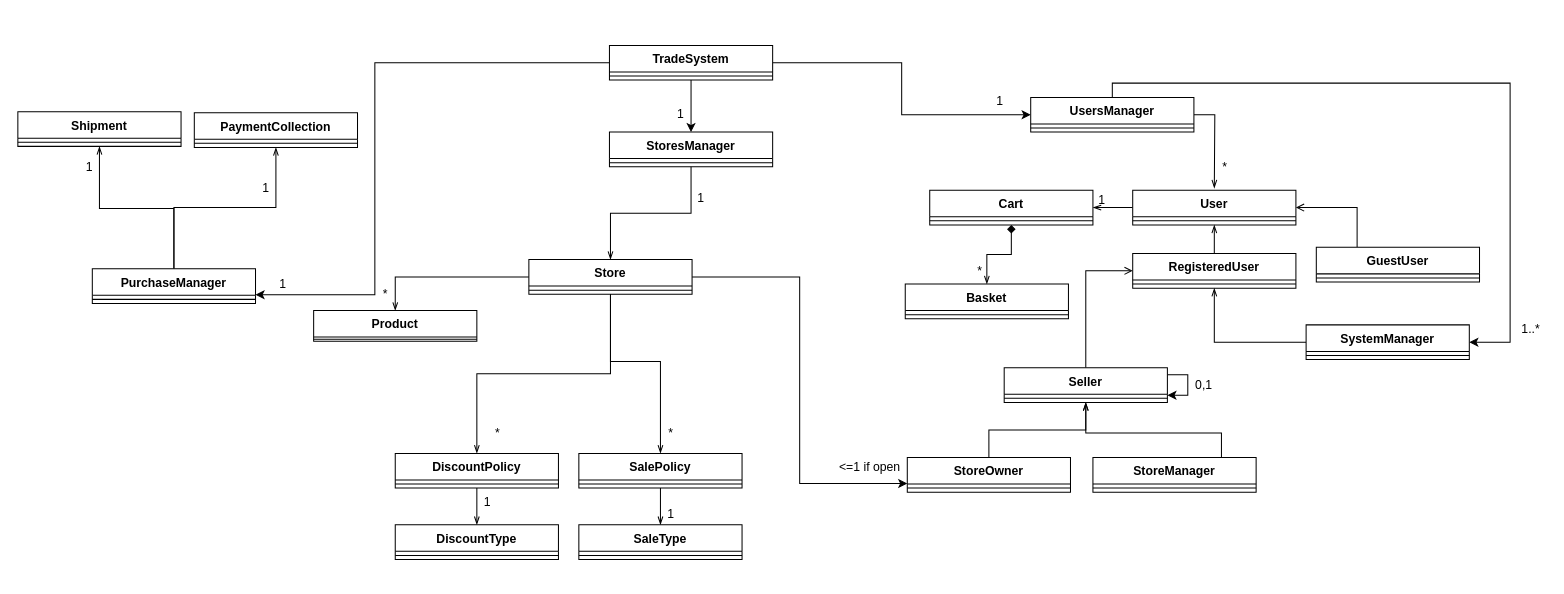
This is page "Page-2" (1 of 4) of Version0/Diagrams/ClassDiagram.drawio from Amitlevizky2/Workshop, a draw.io file, before an edit. Source tidied: cells renumbered, new cells numbered last; positions are measured from the earlier drawing's top-left corner, leaving out a move shared by most shapes. Both pictures are drawn from the tidied source at 102%, with x=0, y=0 at pixel (17, 45).
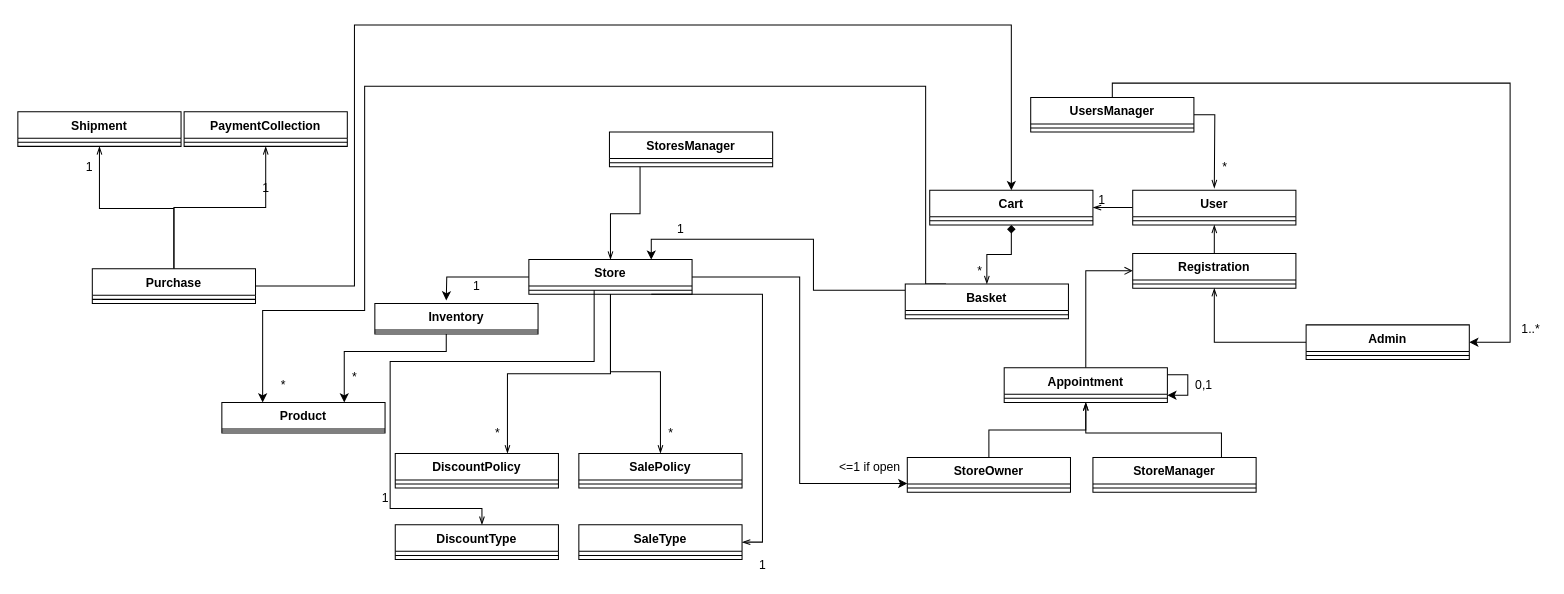
After the change.

Unchanged cells that the change refers to:
```xml
<mxCell id="22" value="Store" style="swimlane;fontStyle=1;align=center;verticalAlign=top;horizontal=1;startSize=26;" parent="1" vertex="1">
  <mxGeometry x="501" y="210" width="160" height="34" as="geometry" />
</mxCell>
<mxCell id="23" style="line;strokeWidth=1;fillColor=none;align=left;verticalAlign=middle;spacingTop=-1;spacingLeft=3;spacingRight=3;labelPosition=right;points=[];portConstraint=eastwest;" parent="22" vertex="1">
  <mxGeometry y="26" width="160" height="8" as="geometry" />
</mxCell>
<mxCell id="26" value="SalePolicy" style="swimlane;fontStyle=1;align=center;verticalAlign=top;horizontal=1;startSize=26;" parent="1" vertex="1">
  <mxGeometry x="550" y="400" width="160" height="34" as="geometry" />
</mxCell>
<mxCell id="43" value="SaleType" style="swimlane;fontStyle=1;align=center;verticalAlign=top;horizontal=1;startSize=26;" parent="1" vertex="1">
  <mxGeometry x="550" y="470" width="160" height="34" as="geometry" />
</mxCell>
<mxCell id="45" value="DiscountType" style="swimlane;fontStyle=1;align=center;verticalAlign=top;horizontal=1;startSize=26;" parent="1" vertex="1">
  <mxGeometry x="370" y="470" width="160" height="34" as="geometry" />
</mxCell>
<mxCell id="63" value="StoresManager" style="swimlane;fontStyle=1;align=center;verticalAlign=top;horizontal=1;startSize=26;" parent="1" vertex="1">
  <mxGeometry x="580" y="85" width="160" height="34" as="geometry" />
</mxCell>
<mxCell id="67" value="User" style="swimlane;fontStyle=1;align=center;verticalAlign=top;horizontal=1;startSize=26;" parent="1" vertex="1">
  <mxGeometry x="1093" y="142" width="160" height="34" as="geometry" />
</mxCell>
<mxCell id="77" value="Cart" style="swimlane;fontStyle=1;align=center;verticalAlign=top;horizontal=1;startSize=26;" parent="1" vertex="1">
  <mxGeometry x="894" y="142" width="160" height="34" as="geometry" />
</mxCell>
<mxCell id="79" value="Basket" style="swimlane;fontStyle=1;align=center;verticalAlign=top;horizontal=1;startSize=26;" parent="1" vertex="1">
  <mxGeometry x="870" y="234" width="160" height="34" as="geometry" />
</mxCell>
<mxCell id="81" value="UsersManager" style="swimlane;fontStyle=1;align=center;verticalAlign=top;horizontal=1;startSize=26;" parent="1" vertex="1">
  <mxGeometry x="993" y="51" width="160" height="34" as="geometry" />
</mxCell>
```

What changed in the source:
```diff
@@
-    <mxCell id="4" style="edgeStyle=orthogonalEdgeStyle;rounded=0;jettySize=auto;html=1;endArrow=open;endFill=0;strokeColor=#000000;entryX=1;entryY=0.5;entryDx=0;entryDy=0;" parent="1" edge="1" source="71" target="67">
-      <mxGeometry relative="1" as="geometry">
-        <Array as="points">
-          <mxPoint x="1313" y="159" />
-        </Array>
-      </mxGeometry>
-    </mxCell>
@@
     <mxCell id="7" style="edgeStyle=orthogonalEdgeStyle;rounded=0;jettySize=auto;html=1;endArrow=openThin;endFill=0;strokeColor=#000000;exitX=0.5;exitY=1;exitDx=0;exitDy=0;" parent="1" edge="1" source="22" target="24">
-      <mxGeometry relative="1" as="geometry" />
+      <mxGeometry relative="1" as="geometry">
+        <Array as="points">
+          <mxPoint x="581" y="322" />
+          <mxPoint x="480" y="322" />
+        </Array>
+      </mxGeometry>
     </mxCell>
@@
-    <mxCell id="10" style="edgeStyle=orthogonalEdgeStyle;rounded=0;jettySize=auto;html=1;startArrow=none;startFill=0;endArrow=openThin;endFill=0;strokeColor=#000000;" parent="1" edge="1" source="22" target="37">
-      <mxGeometry relative="1" as="geometry" />
-    </mxCell>
     <mxCell id="11" style="edgeStyle=orthogonalEdgeStyle;rounded=0;jettySize=auto;html=1;startArrow=none;startFill=0;endArrow=openThin;endFill=0;strokeColor=#000000;entryX=0.5;entryY=0;entryDx=0;entryDy=0;" parent="1" edge="1" source="22" target="26">
       <mxGeometry relative="1" as="geometry">
         <Array as="points">
-          <mxPoint x="581" y="310" />
-          <mxPoint x="630" y="310" />
+          <mxPoint x="581" y="320" />
+          <mxPoint x="630" y="320" />
         </Array>
       </mxGeometry>
     </mxCell>
-    <mxCell id="12" style="edgeStyle=orthogonalEdgeStyle;rounded=0;jettySize=auto;html=1;startArrow=none;startFill=0;endArrow=openThin;endFill=0;strokeColor=#000000;" parent="1" edge="1" source="24" target="45">
-      <mxGeometry relative="1" as="geometry" />
+    <mxCell id="12" style="edgeStyle=orthogonalEdgeStyle;rounded=0;jettySize=auto;html=1;startArrow=none;startFill=0;endArrow=openThin;endFill=0;strokeColor=#000000;exitX=0.4;exitY=0.5;exitDx=0;exitDy=0;exitPerimeter=0;" parent="1" edge="1" source="23">
+      <mxGeometry relative="1" as="geometry">
+        <mxPoint x="455" y="470" as="targetPoint" />
+        <Array as="points">
+          <mxPoint x="565" y="310" />
+          <mxPoint x="365" y="310" />
+          <mxPoint x="365" y="454" />
+          <mxPoint x="455" y="454" />
+        </Array>
+      </mxGeometry>
     </mxCell>
-    <mxCell id="13" style="edgeStyle=orthogonalEdgeStyle;rounded=0;jettySize=auto;html=1;startArrow=none;startFill=0;endArrow=openThin;endFill=0;strokeColor=#000000;" parent="1" edge="1" source="26" target="43">
-      <mxGeometry relative="1" as="geometry" />
+    <mxCell id="13" style="edgeStyle=orthogonalEdgeStyle;rounded=0;jettySize=auto;html=1;startArrow=none;startFill=0;endArrow=openThin;endFill=0;strokeColor=#000000;exitX=0.75;exitY=1;exitDx=0;exitDy=0;" parent="1" edge="1" source="22" target="43">
+      <mxGeometry relative="1" as="geometry">
+        <Array as="points">
+          <mxPoint x="730" y="244" />
+          <mxPoint x="730" y="487" />
+        </Array>
+      </mxGeometry>
     </mxCell>
@@
     <mxCell id="20" style="edgeStyle=orthogonalEdgeStyle;rounded=0;jettySize=auto;html=1;entryX=0.5;entryY=0;entryDx=0;entryDy=0;endArrow=openThin;endFill=0;" parent="1" edge="1" source="63" target="22">
-      <mxGeometry relative="1" as="geometry" />
+      <mxGeometry relative="1" as="geometry">
+        <Array as="points">
+          <mxPoint x="610" y="165" />
+          <mxPoint x="581" y="165" />
+        </Array>
+      </mxGeometry>
     </mxCell>
@@
+    <mxCell id="85" style="edgeStyle=orthogonalEdgeStyle;rounded=0;jettySize=auto;html=1;" parent="1" edge="1" source="22">
+      <mxGeometry relative="1" as="geometry">
+        <mxPoint x="420" y="250" as="targetPoint" />
+      </mxGeometry>
+    </mxCell>
@@
-    <mxCell id="24" value="DiscountPolicy" style="swimlane;fontStyle=1;align=center;verticalAlign=top;horizontal=1;startSize=26;" parent="1" vertex="1">
-      <mxGeometry x="370" y="400" width="160" height="34" as="geometry" />
-    </mxCell>
-    <mxCell id="25" style="line;strokeWidth=1;fillColor=none;align=left;verticalAlign=middle;spacingTop=-1;spacingLeft=3;spacingRight=3;labelPosition=right;" parent="24" vertex="1">
-      <mxGeometry y="26" width="160" height="8" as="geometry" />
-    </mxCell>
@@
+    <mxCell id="86" style="edgeStyle=orthogonalEdgeStyle;rounded=0;jettySize=auto;html=1;entryX=0.5;entryY=0;entryDx=0;entryDy=0;" parent="1" edge="1" source="28" target="77">
+      <mxGeometry relative="1" as="geometry">
+        <Array as="points">
+          <mxPoint x="330" y="236" />
+          <mxPoint x="330" y="-20" />
+          <mxPoint x="974" y="-20" />
+        </Array>
+      </mxGeometry>
+    </mxCell>
-    <mxCell id="28" value="PurchaseManager" style="swimlane;fontStyle=1;align=center;verticalAlign=top;horizontal=1;startSize=26;" parent="1" vertex="1">
+    <mxCell id="28" value="Purchase" style="swimlane;fontStyle=1;align=center;verticalAlign=top;horizontal=1;startSize=26;" parent="1" vertex="1">
       <mxGeometry x="73" y="219" width="160" height="34" as="geometry" />
     </mxCell>
@@
-    <mxCell id="32" value="PaymentCollection" style="swimlane;fontStyle=1;align=center;verticalAlign=top;horizontal=1;startSize=26;" parent="1" vertex="1">
-      <mxGeometry x="173" y="66" width="160" height="34" as="geometry" />
-    </mxCell>
-    <mxCell id="33" style="line;strokeWidth=1;fillColor=none;align=left;verticalAlign=middle;spacingTop=-1;spacingLeft=3;spacingRight=3;labelPosition=right;" parent="32" vertex="1">
-      <mxGeometry y="26" width="160" height="8" as="geometry" />
-    </mxCell>
@@
-    <mxCell id="37" value="Product" style="swimlane;fontStyle=1;align=center;verticalAlign=top;horizontal=1;startSize=26;" parent="1" vertex="1">
-      <mxGeometry x="290" y="260" width="160" height="30" as="geometry" />
-    </mxCell>
-    <mxCell id="38" style="line;strokeWidth=1;fillColor=none;align=left;verticalAlign=middle;spacingTop=-1;spacingLeft=3;spacingRight=3;labelPosition=right;" parent="37" vertex="1">
-      <mxGeometry y="26" width="160" height="4" as="geometry" />
-    </mxCell>
     <mxCell id="39" value="*" style="text;html=1;align=center;verticalAlign=middle;" parent="1" vertex="1">
-      <mxGeometry x="350" y="234" width="20" height="20" as="geometry" />
+      <mxGeometry x="320" y="316" width="20" height="20" as="geometry" />
     </mxCell>
@@
     <mxCell id="42" value="1" style="text;html=1;align=center;verticalAlign=middle;" parent="1" vertex="1">
-      <mxGeometry x="630" y="450" width="20" height="20" as="geometry" />
+      <mxGeometry x="720" y="500" width="20" height="20" as="geometry" />
     </mxCell>
@@
     <mxCell id="47" value="1" style="text;html=1;align=center;verticalAlign=middle;" parent="1" vertex="1">
-      <mxGeometry x="450" y="438" width="20" height="20" as="geometry" />
+      <mxGeometry x="350" y="434" width="20" height="20" as="geometry" />
     </mxCell>
@@
-    <mxCell id="54" style="edgeStyle=orthogonalEdgeStyle;rounded=0;jettySize=auto;html=1;" parent="1" edge="1" source="58" target="63">
-      <mxGeometry relative="1" as="geometry">
-        <Array as="points">
-          <mxPoint x="660" y="50" />
-          <mxPoint x="660" y="50" />
-        </Array>
-      </mxGeometry>
-    </mxCell>
-    <mxCell id="55" style="edgeStyle=orthogonalEdgeStyle;rounded=0;jettySize=auto;html=1;entryX=0;entryY=0.5;entryDx=0;entryDy=0;" parent="1" edge="1" source="57" target="81">
-      <mxGeometry relative="1" as="geometry" />
-    </mxCell>
-    <mxCell id="56" style="edgeStyle=orthogonalEdgeStyle;rounded=0;jettySize=auto;html=1;entryX=1;entryY=0.75;entryDx=0;entryDy=0;" parent="1" edge="1" source="57" target="28">
-      <mxGeometry relative="1" as="geometry">
-        <Array as="points">
-          <mxPoint x="350" y="17" />
-          <mxPoint x="350" y="245" />
-        </Array>
-      </mxGeometry>
-    </mxCell>
-    <mxCell id="57" value="TradeSystem" style="swimlane;fontStyle=1;align=center;verticalAlign=top;horizontal=1;startSize=26;" parent="1" vertex="1">
-      <mxGeometry x="580" width="160" height="34" as="geometry" />
-    </mxCell>
-    <mxCell id="58" style="line;strokeWidth=1;fillColor=none;align=left;verticalAlign=middle;spacingTop=-1;spacingLeft=3;spacingRight=3;labelPosition=right;points=[];portConstraint=eastwest;" parent="57" vertex="1">
-      <mxGeometry y="26" width="160" height="8" as="geometry" />
-    </mxCell>
-    <mxCell id="59" value="1" style="text;html=1;strokeColor=none;fillColor=none;align=center;verticalAlign=middle;whiteSpace=wrap;rounded=0;" parent="1" vertex="1">
-      <mxGeometry x="943" y="45" width="40" height="20" as="geometry" />
-    </mxCell>
-    <mxCell id="60" value="1" style="text;html=1;strokeColor=none;fillColor=none;align=center;verticalAlign=middle;whiteSpace=wrap;rounded=0;" parent="1" vertex="1">
-      <mxGeometry x="630" y="58" width="40" height="20" as="geometry" />
-    </mxCell>
     <mxCell id="61" value="1" style="text;html=1;strokeColor=none;fillColor=none;align=center;verticalAlign=middle;whiteSpace=wrap;rounded=0;" parent="1" vertex="1">
-      <mxGeometry x="650" y="140" width="40" height="20" as="geometry" />
+      <mxGeometry x="630" y="170" width="40" height="20" as="geometry" />
     </mxCell>
     <mxCell id="62" value="1" style="text;html=1;strokeColor=none;fillColor=none;align=center;verticalAlign=middle;whiteSpace=wrap;rounded=0;" parent="1" vertex="1">
-      <mxGeometry x="240" y="224" width="40" height="20" as="geometry" />
+      <mxGeometry x="430" y="226" width="40" height="20" as="geometry" />
     </mxCell>
@@
-    <mxCell id="65" value="RegisteredUser" style="swimlane;fontStyle=1;align=center;verticalAlign=top;horizontal=1;startSize=26;" parent="1" vertex="1">
+    <mxCell id="65" value="Registration" style="swimlane;fontStyle=1;align=center;verticalAlign=top;horizontal=1;startSize=26;" parent="1" vertex="1">
       <mxGeometry x="1093" y="204" width="160" height="34" as="geometry" />
     </mxCell>
@@
-    <mxCell id="71" value="GuestUser" style="swimlane;fontStyle=1;align=center;verticalAlign=top;horizontal=1;startSize=26;" parent="1" vertex="1">
-      <mxGeometry x="1273" y="198" width="160" height="34" as="geometry" />
-    </mxCell>
-    <mxCell id="72" style="line;strokeWidth=1;fillColor=none;align=left;verticalAlign=middle;spacingTop=-1;spacingLeft=3;spacingRight=3;labelPosition=right;" parent="71" vertex="1">
-      <mxGeometry y="26" width="160" height="8" as="geometry" />
-    </mxCell>
-    <mxCell id="73" value="SystemManager" style="swimlane;fontStyle=1;align=center;verticalAlign=top;horizontal=1;startSize=26;" parent="1" vertex="1">
+    <mxCell id="73" value="Admin" style="swimlane;fontStyle=1;align=center;verticalAlign=top;horizontal=1;startSize=26;" parent="1" vertex="1">
       <mxGeometry x="1263" y="274" width="160" height="34" as="geometry" />
     </mxCell>
@@
-    <mxCell id="75" value="Seller" style="swimlane;fontStyle=1;align=center;verticalAlign=top;horizontal=1;startSize=26;" parent="1" vertex="1">
+    <mxCell id="75" value="Appointment" style="swimlane;fontStyle=1;align=center;verticalAlign=top;horizontal=1;startSize=26;" parent="1" vertex="1">
       <mxGeometry x="967" y="316" width="160" height="34" as="geometry" />
     </mxCell>
@@
+    <mxCell id="87" style="edgeStyle=orthogonalEdgeStyle;rounded=0;jettySize=auto;html=1;entryX=0.75;entryY=0;entryDx=0;entryDy=0;" parent="1" edge="1" source="79" target="22">
+      <mxGeometry relative="1" as="geometry">
+        <Array as="points">
+          <mxPoint x="780" y="240" />
+          <mxPoint x="780" y="190" />
+          <mxPoint x="621" y="190" />
+        </Array>
+      </mxGeometry>
+    </mxCell>
+    <mxCell id="88" style="edgeStyle=orthogonalEdgeStyle;rounded=0;jettySize=auto;html=1;exitX=0.25;exitY=0;exitDx=0;exitDy=0;entryX=0.25;entryY=0;entryDx=0;entryDy=0;" parent="1" edge="1" source="79" target="37">
+      <mxGeometry relative="1" as="geometry">
+        <Array as="points">
+          <mxPoint x="890" y="234" />
+          <mxPoint x="890" y="40" />
+          <mxPoint x="340" y="40" />
+          <mxPoint x="340" y="260" />
+        </Array>
+      </mxGeometry>
+    </mxCell>
@@
+    <mxCell id="37" value="Product" style="swimlane;fontStyle=1;align=center;verticalAlign=top;horizontal=1;startSize=26;" parent="1" vertex="1">
+      <mxGeometry x="200" y="350" width="160" height="30" as="geometry" />
+    </mxCell>
+    <mxCell id="38" style="line;strokeWidth=1;fillColor=none;align=left;verticalAlign=middle;spacingTop=-1;spacingLeft=3;spacingRight=3;labelPosition=right;" parent="37" vertex="1">
+      <mxGeometry y="26" width="160" height="4" as="geometry" />
+    </mxCell>
+    <mxCell id="89" style="edgeStyle=orthogonalEdgeStyle;rounded=0;jettySize=auto;html=1;entryX=0.75;entryY=0;entryDx=0;entryDy=0;" parent="1" edge="1" source="91" target="37">
+      <mxGeometry relative="1" as="geometry">
+        <Array as="points">
+          <mxPoint x="420" y="300" />
+          <mxPoint x="320" y="300" />
+        </Array>
+      </mxGeometry>
+    </mxCell>
+    <mxCell id="90" value="*" style="text;html=1;align=center;verticalAlign=middle;" parent="1" vertex="1">
+      <mxGeometry x="250" y="323" width="20" height="20" as="geometry" />
+    </mxCell>
+    <mxCell id="91" value="Inventory" style="swimlane;fontStyle=1;align=center;verticalAlign=top;horizontal=1;startSize=26;" parent="1" vertex="1">
+      <mxGeometry x="350" y="253" width="160" height="30" as="geometry" />
+    </mxCell>
+    <mxCell id="92" style="line;strokeWidth=1;fillColor=none;align=left;verticalAlign=middle;spacingTop=-1;spacingLeft=3;spacingRight=3;labelPosition=right;" parent="91" vertex="1">
+      <mxGeometry y="26" width="160" height="4" as="geometry" />
+    </mxCell>
+    <mxCell id="24" value="DiscountPolicy" style="swimlane;fontStyle=1;align=center;verticalAlign=top;horizontal=1;startSize=26;" parent="1" vertex="1">
+      <mxGeometry x="370" y="400" width="160" height="34" as="geometry" />
+    </mxCell>
+    <mxCell id="25" style="line;strokeWidth=1;fillColor=none;align=left;verticalAlign=middle;spacingTop=-1;spacingLeft=3;spacingRight=3;labelPosition=right;" parent="24" vertex="1">
+      <mxGeometry y="26" width="160" height="8" as="geometry" />
+    </mxCell>
+    <mxCell id="32" value="PaymentCollection" style="swimlane;fontStyle=1;align=center;verticalAlign=top;horizontal=1;startSize=26;" parent="1" vertex="1">
+      <mxGeometry x="163" y="65" width="160" height="34" as="geometry" />
+    </mxCell>
+    <mxCell id="33" style="line;strokeWidth=1;fillColor=none;align=left;verticalAlign=middle;spacingTop=-1;spacingLeft=3;spacingRight=3;labelPosition=right;" parent="32" vertex="1">
+      <mxGeometry y="26" width="160" height="8" as="geometry" />
+    </mxCell>
```
